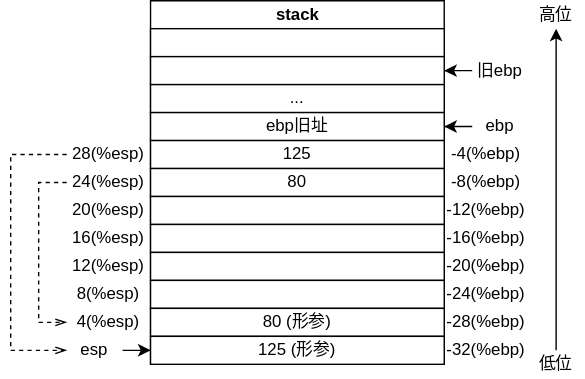
The draw.io diagram drawio/x86callFunc.drawio.svg in Stolorzs/Picgo, before a commit. Source tidied: cells renumbered, new cells last; positions are measured from the earlier drawing's top-left corner, leaving out a move shared by most shapes.
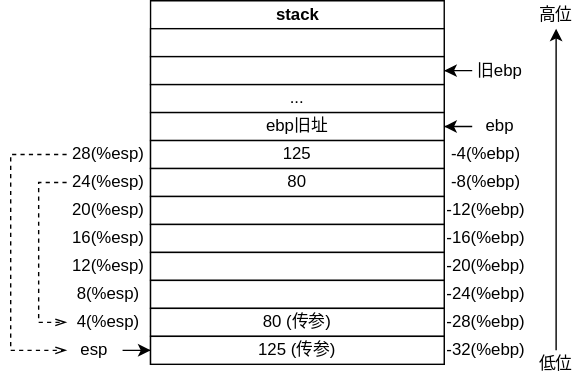
The same diagram one commit later.

Change to the diagram source:
```diff
@@ -35,10 +35,10 @@
     <mxCell id="12" style="rounded=0;whiteSpace=wrap;html=1;" parent="2" vertex="1">
       <mxGeometry y="200" width="210" height="20" as="geometry" />
     </mxCell>
-    <mxCell id="13" value="80 (形参)" style="rounded=0;whiteSpace=wrap;html=1;" parent="2" vertex="1">
+    <mxCell id="13" value="80 (传参)" style="rounded=0;whiteSpace=wrap;html=1;" parent="2" vertex="1">
       <mxGeometry y="220" width="210" height="20" as="geometry" />
     </mxCell>
-    <mxCell id="14" value="125 (形参)" style="rounded=0;whiteSpace=wrap;html=1;" parent="2" vertex="1">
+    <mxCell id="14" value="125 (传参)" style="rounded=0;whiteSpace=wrap;html=1;" parent="2" vertex="1">
       <mxGeometry y="240" width="210" height="20" as="geometry" />
     </mxCell>
     <mxCell id="15" style="edgeStyle=orthogonalEdgeStyle;rounded=0;jettySize=auto;html=1;" parent="1" edge="1" source="16" target="14">
```
